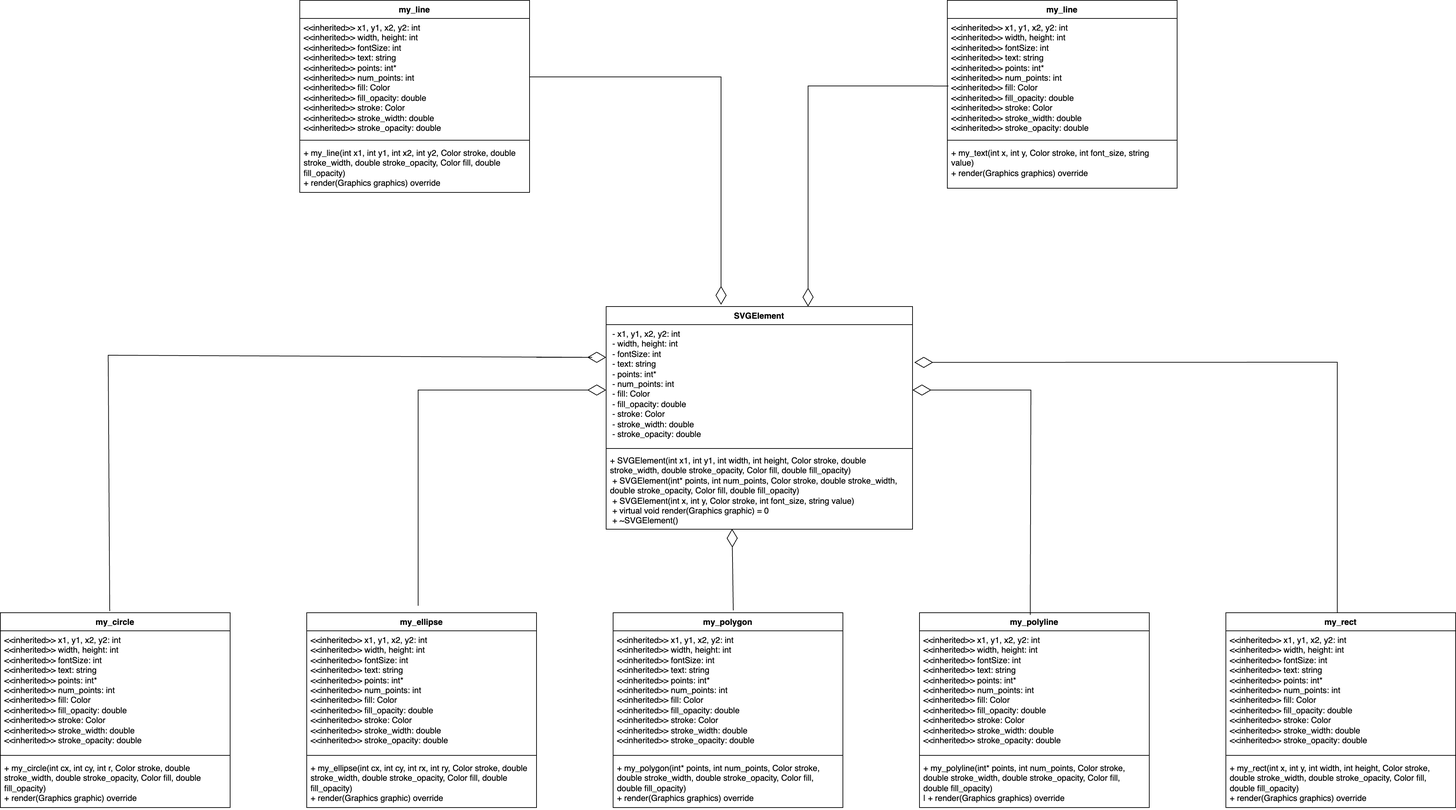
This is demo1_diagram.png from Low-rain-falls/SVG_reader, a draw.io export, as it was before one commit. Source tidied: cells renumbered, new cells last; positions are measured from the earlier drawing's top-left corner, leaving out a move shared by most shapes.
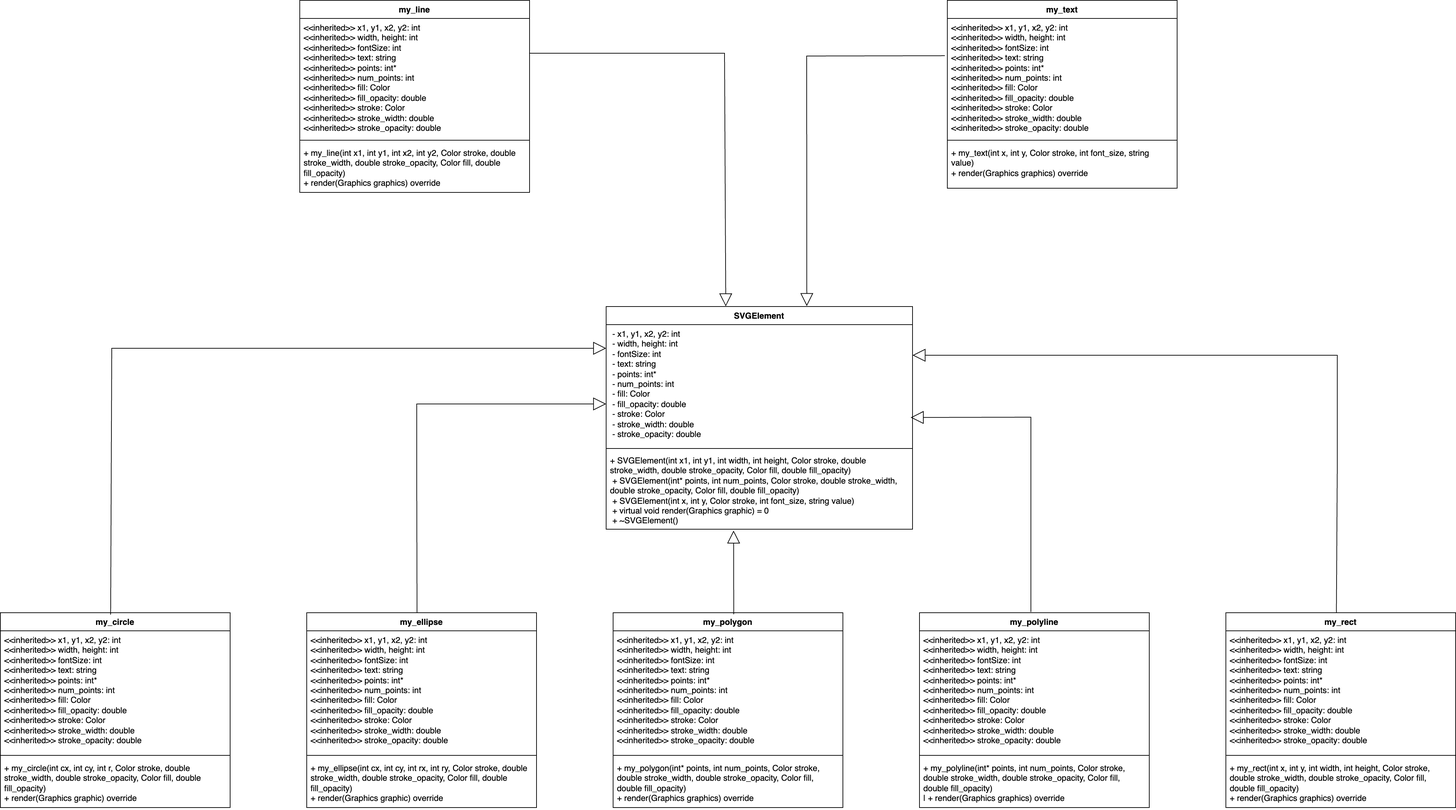
The same file after the commit.

The edit, as a diff of the source:
```diff
@@ -74,44 +74,6 @@
     <mxCell id="25" value="+ my_rect(int x, int y, int width, int height, Color stroke, double stroke_width, double stroke_opacity, Color fill, double fill_opacity)&lt;div&gt;+ render(Graphics graphics) override&lt;/div&gt;" style="text;strokeColor=none;fillColor=none;align=left;verticalAlign=top;spacingLeft=4;spacingRight=4;overflow=hidden;whiteSpace=wrap;html=1;" parent="22" vertex="1">
       <mxGeometry y="210" width="330" height="70" as="geometry" />
     </mxCell>
-    <mxCell id="26" style="endArrow=diamondThin;endFill=0;endSize=24;html=1;rounded=0;exitX=0.476;exitY=-0.008;exitDx=0;exitDy=0;entryX=0.023;entryY=0.77;entryDx=0;entryDy=0;entryPerimeter=0;exitPerimeter=0;" parent="1" edge="1" source="6">
-      <mxGeometry relative="1" as="geometry">
-        <mxPoint x="870" y="513" as="targetPoint" />
-        <Array as="points">
-          <mxPoint x="154.9" y="510" />
-          <mxPoint x="849.9" y="513" />
-          <mxPoint x="769.9" y="513" />
-        </Array>
-      </mxGeometry>
-    </mxCell>
-    <mxCell id="27" style="endArrow=diamondThin;endFill=0;endSize=24;html=1;rounded=0;" parent="1" edge="1">
-      <mxGeometry relative="1" as="geometry">
-        <mxPoint x="600" y="870" as="sourcePoint" />
-        <mxPoint x="870" y="560" as="targetPoint" />
-        <Array as="points">
-          <mxPoint x="600" y="560" />
-        </Array>
-      </mxGeometry>
-    </mxCell>
-    <mxCell id="28" style="endArrow=diamondThin;endFill=0;endSize=24;html=1;rounded=0;entryX=0.411;entryY=0.995;entryDx=0;entryDy=0;entryPerimeter=0;exitX=0.523;exitY=-0.012;exitDx=0;exitDy=0;exitPerimeter=0;" parent="1" edge="1" source="14" target="5">
-      <mxGeometry relative="1" as="geometry" />
-    </mxCell>
-    <mxCell id="29" style="endArrow=diamondThin;endFill=0;endSize=24;html=1;rounded=0;exitX=0.482;exitY=0.011;exitDx=0;exitDy=0;exitPerimeter=0;" parent="1" edge="1" source="18">
-      <mxGeometry relative="1" as="geometry">
-        <mxPoint x="1310" y="560" as="targetPoint" />
-        <Array as="points">
-          <mxPoint x="1480" y="560" />
-        </Array>
-      </mxGeometry>
-    </mxCell>
-    <mxCell id="30" style="endArrow=diamondThin;endFill=0;endSize=24;html=1;rounded=0;entryX=1.006;entryY=0.312;entryDx=0;entryDy=0;entryPerimeter=0;" parent="1" edge="1" target="3">
-      <mxGeometry relative="1" as="geometry">
-        <mxPoint x="1920" y="880" as="sourcePoint" />
-        <Array as="points">
-          <mxPoint x="1920" y="520" />
-        </Array>
-      </mxGeometry>
-    </mxCell>
     <mxCell id="31" value="my_line" style="swimlane;fontStyle=1;align=center;verticalAlign=top;horizontal=1;startSize=26;whiteSpace=wrap;html=1;" parent="1" vertex="1">
       <mxGeometry x="430" width="330" height="276" as="geometry" />
     </mxCell>
@@ -124,7 +86,7 @@
     <mxCell id="34" value="+ &lt;span class=&quot;hljs-built_in&quot;&gt;my_line&lt;/span&gt;(&lt;span class=&quot;hljs-type&quot;&gt;int&lt;/span&gt; x1, &lt;span class=&quot;hljs-type&quot;&gt;int&lt;/span&gt; y1, &lt;span class=&quot;hljs-type&quot;&gt;int&lt;/span&gt; x2, &lt;span class=&quot;hljs-type&quot;&gt;int&lt;/span&gt; y2, Color stroke, &lt;span class=&quot;hljs-type&quot;&gt;double&lt;/span&gt; stroke_width, &lt;span class=&quot;hljs-type&quot;&gt;double&lt;/span&gt; stroke_opacity, Color fill, &lt;span class=&quot;hljs-type&quot;&gt;double&lt;/span&gt; fill_opacity)&lt;div&gt;&lt;span style=&quot;background-color: initial;&quot;&gt;+ &lt;/span&gt;&lt;span style=&quot;background-color: initial;&quot; class=&quot;hljs-built_in&quot;&gt;render&lt;/span&gt;&lt;span style=&quot;background-color: initial;&quot;&gt;(Graphics graphics) &lt;/span&gt;&lt;span style=&quot;background-color: initial;&quot; class=&quot;hljs-keyword&quot;&gt;override&lt;/span&gt;&lt;/div&gt;" style="text;strokeColor=none;fillColor=none;align=left;verticalAlign=top;spacingLeft=4;spacingRight=4;overflow=hidden;whiteSpace=wrap;html=1;" parent="31" vertex="1">
       <mxGeometry y="206" width="330" height="70" as="geometry" />
     </mxCell>
-    <mxCell id="35" value="my_line" style="swimlane;fontStyle=1;align=center;verticalAlign=top;horizontal=1;startSize=26;whiteSpace=wrap;html=1;" parent="1" vertex="1">
+    <mxCell id="35" value="my_text&lt;div&gt;&lt;br&gt;&lt;/div&gt;" style="swimlane;fontStyle=1;align=center;verticalAlign=top;horizontal=1;startSize=26;whiteSpace=wrap;html=1;" parent="1" vertex="1">
       <mxGeometry x="1360" width="330" height="270" as="geometry" />
     </mxCell>
     <mxCell id="36" value="&amp;lt;&amp;lt;inherited&amp;gt;&amp;gt; x1, y1, x2, y2: int&lt;br style=&quot;padding: 0px; margin: 0px;&quot;&gt;&amp;lt;&amp;lt;inherited&amp;gt;&amp;gt; width, height: int&lt;br style=&quot;padding: 0px; margin: 0px;&quot;&gt;&amp;lt;&amp;lt;inherited&amp;gt;&amp;gt; fontSize: int&lt;br style=&quot;padding: 0px; margin: 0px;&quot;&gt;&amp;lt;&amp;lt;inherited&amp;gt;&amp;gt; text: string&lt;br style=&quot;padding: 0px; margin: 0px;&quot;&gt;&amp;lt;&amp;lt;inherited&amp;gt;&amp;gt; points: int*&lt;br style=&quot;padding: 0px; margin: 0px;&quot;&gt;&amp;lt;&amp;lt;inherited&amp;gt;&amp;gt; num_points: int&lt;br style=&quot;padding: 0px; margin: 0px;&quot;&gt;&amp;lt;&amp;lt;inherited&amp;gt;&amp;gt;&amp;nbsp;fill: Color&lt;br style=&quot;padding: 0px; margin: 0px;&quot;&gt;&amp;lt;&amp;lt;inherited&amp;gt;&amp;gt;&amp;nbsp;fill_opacity: double&lt;br style=&quot;padding: 0px; margin: 0px;&quot;&gt;&amp;lt;&amp;lt;inherited&amp;gt;&amp;gt;&amp;nbsp;stroke: Color&lt;br style=&quot;padding: 0px; margin: 0px;&quot;&gt;&amp;lt;&amp;lt;inherited&amp;gt;&amp;gt;&amp;nbsp;stroke_width: double&lt;br style=&quot;padding: 0px; margin: 0px;&quot;&gt;&amp;lt;&amp;lt;inherited&amp;gt;&amp;gt;&amp;nbsp;stroke_opacity: double" style="text;strokeColor=none;fillColor=none;align=left;verticalAlign=top;spacingLeft=4;spacingRight=4;overflow=hidden;points=[[0,0.5],[1,0.5]];portConstraint=eastwest;whiteSpace=wrap;html=1;" parent="35" vertex="1">
@@ -136,18 +98,59 @@
     <mxCell id="38" value="+ &lt;span class=&quot;hljs-built_in&quot;&gt;my_text&lt;/span&gt;(&lt;span class=&quot;hljs-type&quot;&gt;int&lt;/span&gt; x, &lt;span class=&quot;hljs-type&quot;&gt;int&lt;/span&gt; y, Color stroke, &lt;span class=&quot;hljs-type&quot;&gt;int&lt;/span&gt; font_size, string value)&lt;div&gt;+ &lt;span class=&quot;hljs-built_in&quot;&gt;render&lt;/span&gt;(Graphics graphics) &lt;span class=&quot;hljs-keyword&quot;&gt;override&lt;/span&gt;&lt;br&gt;&lt;/div&gt;" style="text;strokeColor=none;fillColor=none;align=left;verticalAlign=top;spacingLeft=4;spacingRight=4;overflow=hidden;whiteSpace=wrap;html=1;" parent="35" vertex="1">
       <mxGeometry y="206" width="330" height="64" as="geometry" />
     </mxCell>
-    <mxCell id="39" style="endArrow=diamondThin;endFill=0;endSize=24;html=1;rounded=0;entryX=0.375;entryY=-0.008;entryDx=0;entryDy=0;entryPerimeter=0;" parent="1" edge="1" target="2">
-      <mxGeometry relative="1" as="geometry">
-        <mxPoint x="760" y="110" as="sourcePoint" />
-        <Array as="points">
-          <mxPoint x="1035" y="110" />
-        </Array>
-      </mxGeometry>
-    </mxCell>
+    <mxCell id="41" style="endArrow=block;endSize=16;endFill=0;html=1;rounded=0;exitX=0.48;exitY=0.01;exitDx=0;exitDy=0;exitPerimeter=0;" parent="1" edge="1" source="6">
+      <mxGeometry x="-0.01" relative="1" as="geometry">
+        <mxPoint x="870" y="500" as="targetPoint" />
+        <Array as="points">
+          <mxPoint x="160" y="500" />
+        </Array>
+      </mxGeometry>
+    </mxCell>
+    <mxCell id="42" style="endArrow=block;endSize=16;endFill=0;html=1;rounded=0;exitX=0.48;exitY=0;exitDx=0;exitDy=0;exitPerimeter=0;" parent="1" edge="1" source="10">
+      <mxGeometry x="-0.01" relative="1" as="geometry">
+        <mxPoint x="870" y="580" as="targetPoint" />
+        <Array as="points">
+          <mxPoint x="598" y="690" />
+          <mxPoint x="598" y="580" />
+        </Array>
+      </mxGeometry>
+    </mxCell>
+    <mxCell id="28" style="endArrow=block;endSize=16;endFill=0;html=1;rounded=0;entryX=0.416;entryY=1.017;entryDx=0;entryDy=0;entryPerimeter=0;exitX=0.525;exitY=0.008;exitDx=0;exitDy=0;exitPerimeter=0;" parent="1" edge="1" source="14" target="5">
+      <mxGeometry x="-0.01" relative="1" as="geometry" />
+    </mxCell>
+    <mxCell id="43" style="endArrow=block;endSize=16;endFill=0;html=1;rounded=0;entryX=0.994;entryY=0.767;entryDx=0;entryDy=0;entryPerimeter=0;" parent="1" edge="1" target="3">
+      <mxGeometry x="-0.01" relative="1" as="geometry">
+        <mxPoint x="1480" y="879" as="sourcePoint" />
+        <Array as="points">
+          <mxPoint x="1480" y="830" />
+          <mxPoint x="1480" y="790" />
+          <mxPoint x="1480" y="710" />
+          <mxPoint x="1480" y="599" />
+        </Array>
+      </mxGeometry>
+    </mxCell>
+    <mxCell id="44" style="endArrow=block;endSize=16;endFill=0;html=1;rounded=0;entryX=0.994;entryY=0.767;entryDx=0;entryDy=0;entryPerimeter=0;exitX=0.481;exitY=0.002;exitDx=0;exitDy=0;exitPerimeter=0;" parent="1" edge="1" source="22">
+      <mxGeometry x="-0.01" relative="1" as="geometry">
+        <mxPoint x="1310" y="510" as="targetPoint" />
+        <Array as="points">
+          <mxPoint x="1920" y="670" />
+          <mxPoint x="1920" y="510" />
+        </Array>
+      </mxGeometry>
+    </mxCell>
+    <mxCell id="45" style="endArrow=block;endSize=16;endFill=0;html=1;rounded=0;exitX=0.998;exitY=0.275;exitDx=0;exitDy=0;exitPerimeter=0;entryX=0.389;entryY=-0.011;entryDx=0;entryDy=0;entryPerimeter=0;" parent="1" edge="1">
+      <mxGeometry x="-0.01" relative="1" as="geometry">
+        <mxPoint x="760" y="76" as="sourcePoint" />
+        <mxPoint x="1041.8" y="439.7" as="targetPoint" />
+        <Array as="points">
+          <mxPoint x="1040" y="76" />
+        </Array>
+      </mxGeometry>
+    </mxCell>
-    <mxCell id="40" style="endArrow=diamondThin;endFill=0;endSize=24;html=1;rounded=0;exitX=0.005;exitY=0.571;exitDx=0;exitDy=0;exitPerimeter=0;entryX=0.659;entryY=0;entryDx=0;entryDy=0;entryPerimeter=0;" parent="1" edge="1" source="36" target="2">
-      <mxGeometry relative="1" as="geometry">
+    <mxCell id="40" style="endArrow=block;endSize=16;endFill=0;html=1;rounded=0;exitX=-0.011;exitY=0.315;exitDx=0;exitDy=0;exitPerimeter=0;entryX=0.655;entryY=-0.002;entryDx=0;entryDy=0;entryPerimeter=0;" parent="1" edge="1" source="36" target="2">
+      <mxGeometry x="-0.01" relative="1" as="geometry">
         <Array as="points">
-          <mxPoint x="1160" y="123" />
+          <mxPoint x="1158" y="80" />
         </Array>
       </mxGeometry>
     </mxCell>
```
